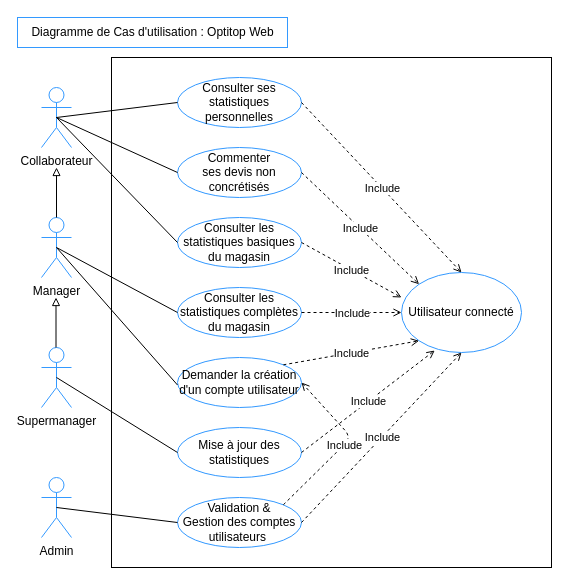
Earlier version of the draw.io diagram Ressources/Diagrammes/Diagramme Cas d'utilisation.drawio (joyhure/Optitop_java). Source tidied: cells renumbered, new cells numbered last; positions are measured from the earlier drawing's top-left corner, leaving out a move shared by most shapes. Both pictures are drawn from the tidied source at 100%, with x=0, y=0 at pixel (17, 17).
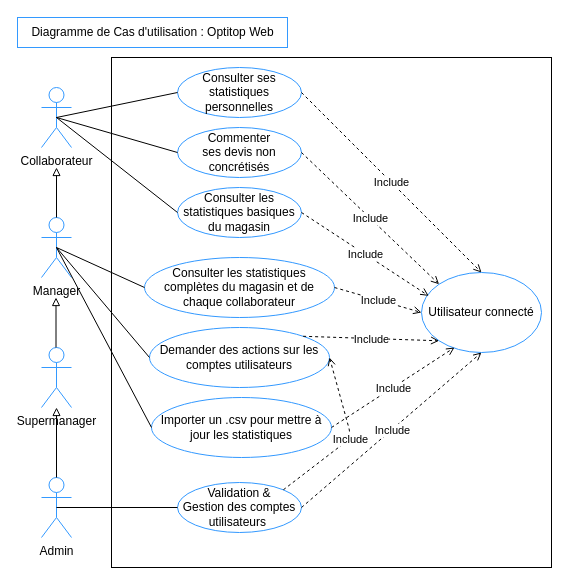
After the change.

The change refers to these unchanged cells:
```xml
<mxCell id="5" value="Manager" style="shape=umlActor;verticalLabelPosition=bottom;verticalAlign=top;html=1;outlineConnect=0;strokeColor=#3399FF;" parent="1" vertex="1">
  <mxGeometry x="24" y="200" width="30" height="60" as="geometry" />
</mxCell>
<mxCell id="6" value="Supermanager" style="shape=umlActor;verticalLabelPosition=bottom;verticalAlign=top;html=1;outlineConnect=0;strokeColor=#3399FF;" parent="1" vertex="1">
  <mxGeometry x="24" y="330" width="30" height="60" as="geometry" />
</mxCell>
<mxCell id="7" value="Admin" style="shape=umlActor;verticalLabelPosition=bottom;verticalAlign=top;html=1;outlineConnect=0;strokeColor=#3399FF;" parent="1" vertex="1">
  <mxGeometry x="24" y="460" width="30" height="60" as="geometry" />
</mxCell>
```

Change to the diagram source:
```diff
@@
-    <mxCell id="8" value="Consulter les statistiques complètes du magasin" style="ellipse;whiteSpace=wrap;html=1;strokeColor=#3399FF;" parent="1" vertex="1">
-      <mxGeometry x="160" y="270" width="124" height="50" as="geometry" />
+    <mxCell id="8" value="Consulter les statistiques complètes du magasin et de chaque collaborateur" style="ellipse;whiteSpace=wrap;html=1;strokeColor=#3399FF;" parent="1" vertex="1">
+      <mxGeometry x="127" y="240" width="190" height="60" as="geometry" />
     </mxCell>
-    <mxCell id="9" value="Mise à jour des statistiques" style="ellipse;whiteSpace=wrap;html=1;strokeColor=#3399FF;" parent="1" vertex="1">
-      <mxGeometry x="160" y="410" width="124" height="50" as="geometry" />
+    <mxCell id="9" value="Importer un .csv pour mettre à jour les statistiques" style="ellipse;whiteSpace=wrap;html=1;strokeColor=#3399FF;" parent="1" vertex="1">
+      <mxGeometry x="134" y="380" width="180" height="60" as="geometry" />
     </mxCell>
     <mxCell id="10" value="Validation &amp;amp; &lt;br&gt;Gestion des comptes utilisateurs&amp;nbsp;" style="ellipse;whiteSpace=wrap;html=1;strokeColor=#3399FF;" parent="1" vertex="1">
-      <mxGeometry x="160" y="480" width="124" height="50" as="geometry" />
+      <mxGeometry x="160" y="465" width="124" height="50" as="geometry" />
     </mxCell>
-    <mxCell id="11" value="Demander la création d'un compte utilisateur" style="ellipse;whiteSpace=wrap;html=1;strokeColor=#3399FF;" parent="1" vertex="1">
-      <mxGeometry x="160" y="340" width="124" height="50" as="geometry" />
+    <mxCell id="11" value="Demander des actions sur les comptes utilisateurs" style="ellipse;whiteSpace=wrap;html=1;strokeColor=#3399FF;" parent="1" vertex="1">
+      <mxGeometry x="132" y="310" width="180" height="60" as="geometry" />
     </mxCell>
     <mxCell id="12" value="Consulter les statistiques basiques du magasin" style="ellipse;whiteSpace=wrap;html=1;strokeColor=#3399FF;" parent="1" vertex="1">
-      <mxGeometry x="160" y="200" width="124" height="50" as="geometry" />
+      <mxGeometry x="160" y="170" width="124" height="50" as="geometry" />
     </mxCell>
     <mxCell id="13" value="Consulter ses statistiques personnelles" style="ellipse;whiteSpace=wrap;html=1;strokeColor=#3399FF;" parent="1" vertex="1">
-      <mxGeometry x="160" y="60" width="124" height="50" as="geometry" />
+      <mxGeometry x="160" y="50" width="124" height="50" as="geometry" />
     </mxCell>
     <mxCell id="14" value="Commenter &lt;br&gt;ses devis non concrétisés" style="ellipse;whiteSpace=wrap;html=1;strokeColor=#3399FF;" parent="1" vertex="1">
-      <mxGeometry x="160" y="130" width="124" height="50" as="geometry" />
+      <mxGeometry x="160" y="110" width="124" height="50" as="geometry" />
     </mxCell>
@@
-    <mxCell id="20" style="endArrow=none;html=1;entryX=0;entryY=0.5;entryDx=0;entryDy=0;exitX=0.5;exitY=0.5;exitDx=0;exitDy=0;exitPerimeter=0;" parent="1" edge="1" source="5">
-      <mxGeometry relative="1" as="geometry">
-        <mxPoint x="160" y="295" as="targetPoint" />
-      </mxGeometry>
+    <mxCell id="20" style="endArrow=none;html=1;exitX=0.5;exitY=0.5;exitDx=0;exitDy=0;exitPerimeter=0;entryX=0;entryY=0.5;entryDx=0;entryDy=0;" parent="1" edge="1" source="5" target="8">
+      <mxGeometry relative="1" as="geometry" />
     </mxCell>
-    <mxCell id="21" style="endArrow=none;html=1;entryX=0;entryY=0.5;entryDx=0;entryDy=0;exitX=0.5;exitY=0.5;exitDx=0;exitDy=0;exitPerimeter=0;" parent="1" edge="1" source="5">
-      <mxGeometry relative="1" as="geometry">
-        <mxPoint x="160" y="367.5" as="targetPoint" />
-      </mxGeometry>
+    <mxCell id="21" style="endArrow=none;html=1;entryX=0;entryY=0.5;entryDx=0;entryDy=0;exitX=0.5;exitY=0.5;exitDx=0;exitDy=0;exitPerimeter=0;" parent="1" edge="1" source="5" target="11">
+      <mxGeometry relative="1" as="geometry" />
     </mxCell>
-    <mxCell id="22" style="endArrow=none;html=1;entryX=0;entryY=0.5;entryDx=0;entryDy=0;exitX=0.5;exitY=0.5;exitDx=0;exitDy=0;exitPerimeter=0;" parent="1" edge="1" source="6">
-      <mxGeometry relative="1" as="geometry">
-        <mxPoint x="160" y="435" as="targetPoint" />
-      </mxGeometry>
+    <mxCell id="22" style="endArrow=none;html=1;entryX=0;entryY=0.5;entryDx=0;entryDy=0;exitX=0.5;exitY=0.5;exitDx=0;exitDy=0;exitPerimeter=0;" parent="1" edge="1" source="5" target="9">
+      <mxGeometry relative="1" as="geometry" />
     </mxCell>
-    <mxCell id="23" style="endArrow=none;html=1;entryX=0;entryY=0.5;entryDx=0;entryDy=0;exitX=0.5;exitY=0.5;exitDx=0;exitDy=0;exitPerimeter=0;" parent="1" edge="1" source="7">
-      <mxGeometry relative="1" as="geometry">
-        <mxPoint x="160" y="505" as="targetPoint" />
-      </mxGeometry>
+    <mxCell id="23" style="endArrow=none;html=1;entryX=0;entryY=0.5;entryDx=0;entryDy=0;exitX=0.5;exitY=0.5;exitDx=0;exitDy=0;exitPerimeter=0;" parent="1" edge="1" source="7" target="10">
+      <mxGeometry relative="1" as="geometry" />
     </mxCell>
     <mxCell id="24" value="Utilisateur connecté" style="ellipse;whiteSpace=wrap;html=1;strokeColor=#3399FF;" parent="1" vertex="1">
-      <mxGeometry x="384" y="255" width="120" height="80" as="geometry" />
+      <mxGeometry x="404" y="255" width="120" height="80" as="geometry" />
     </mxCell>
@@
-    <mxCell id="29" style="endArrow=open;html=1;exitX=1;exitY=0.5;exitDx=0;exitDy=0;dashed=1;endFill=0;" parent="1" edge="1" source="12">
-      <mxGeometry relative="1" as="geometry">
-        <mxPoint x="384" y="280" as="targetPoint" />
-      </mxGeometry>
+    <mxCell id="29" style="endArrow=open;html=1;exitX=1;exitY=0.5;exitDx=0;exitDy=0;dashed=1;endFill=0;entryX=0.06;entryY=0.292;entryDx=0;entryDy=0;entryPerimeter=0;" parent="1" edge="1" source="12" target="24">
+      <mxGeometry relative="1" as="geometry" />
     </mxCell>
@@
-    <mxCell id="35" style="endArrow=open;html=1;exitX=1;exitY=0.5;exitDx=0;exitDy=0;dashed=1;endFill=0;entryX=0.277;entryY=0.975;entryDx=0;entryDy=0;entryPerimeter=0;" parent="1" edge="1" source="9" target="24">
-      <mxGeometry relative="1" as="geometry" />
+    <mxCell id="35" style="endArrow=open;html=1;exitX=1;exitY=0.5;exitDx=0;exitDy=0;dashed=1;endFill=0;" parent="1" edge="1" source="9">
+      <mxGeometry relative="1" as="geometry">
+        <mxPoint x="437" y="330" as="targetPoint" />
+      </mxGeometry>
     </mxCell>
@@
+    <mxCell id="41" style="endArrow=block;html=1;exitX=0.5;exitY=0;exitDx=0;exitDy=0;exitPerimeter=0;endFill=0;" parent="1" edge="1" source="7" target="6">
+      <mxGeometry relative="1" as="geometry" />
+    </mxCell>
```
